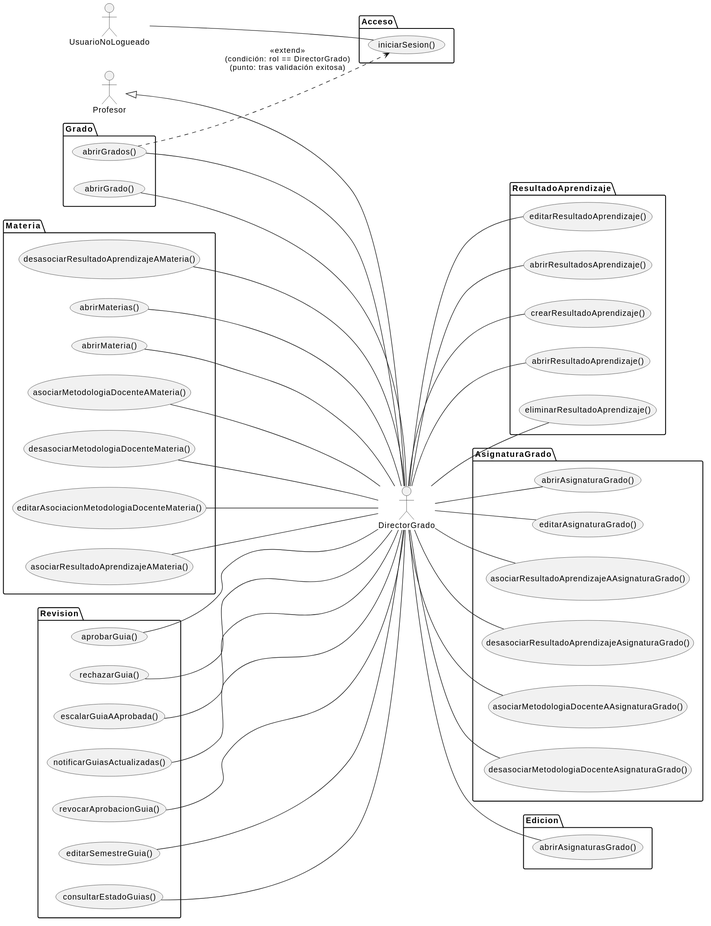
Above: images/RUP/01-requisitos/01-actores-casos-uso/actoresCasosUsoDirectorGrado.svg in mmasias/pyCeldaPublico (PlantUML), before the change.
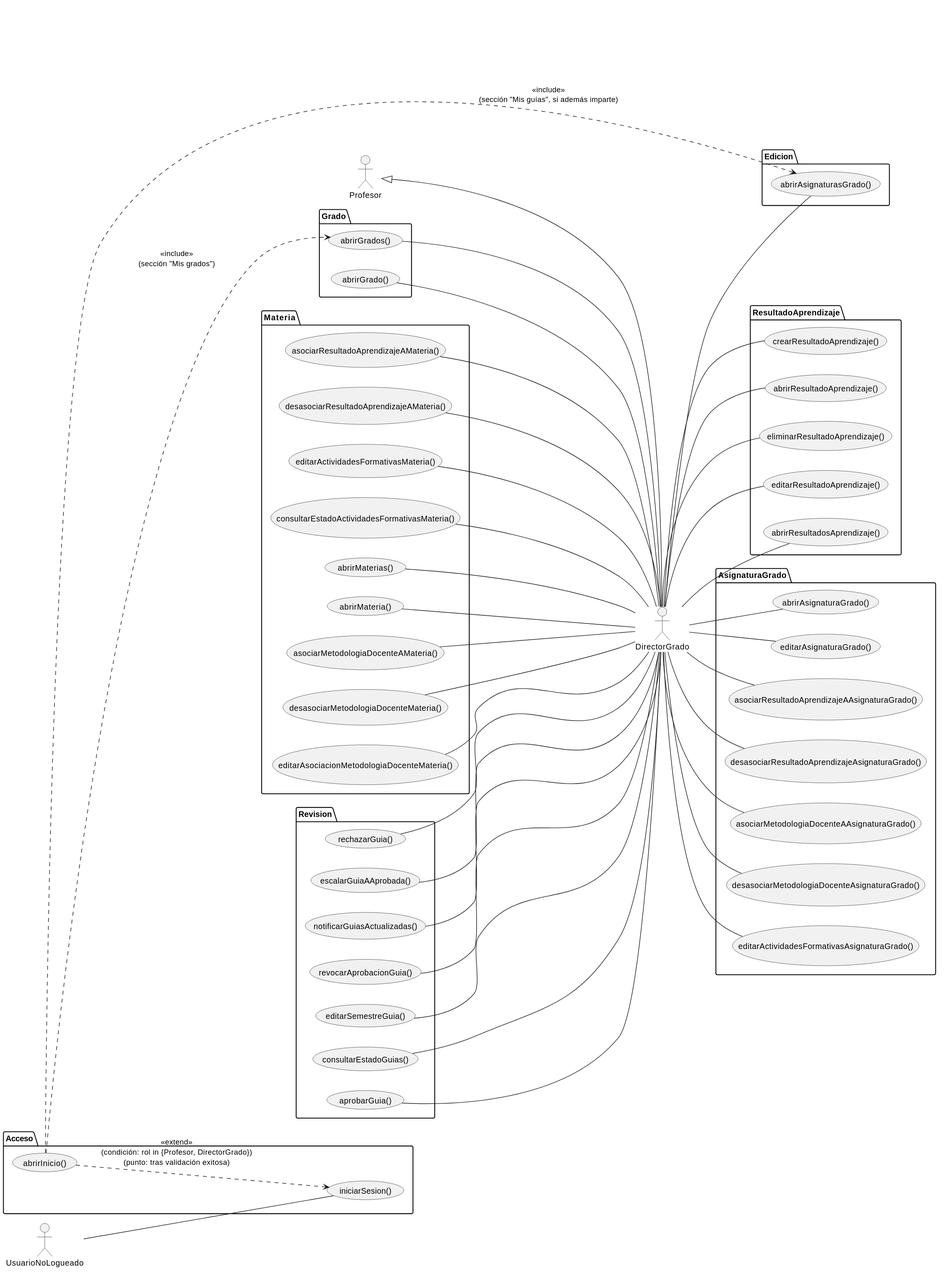
Later version of the same file.

What changed in the source:
```diff
@@ -10,6 +10,7 @@
 actor UsuarioNoLogueado
 package Acceso {
   usecase iniciarSesion as "iniciarSesion()"
+  usecase abrirInicio as "abrirInicio()"
 }
 
 package Grado {
@@ -18,7 +19,8 @@
 }
 
 UsuarioNoLogueado -- iniciarSesion
-abrirGrados ..> iniciarSesion : <<extend>>\n(condición: rol == DirectorGrado)\n(punto: tras validación exitosa)
+abrirInicio ..> iniciarSesion : <<extend>>\n(condición: rol in {Profesor, DirectorGrado})\n(punto: tras validación exitosa)
+abrirInicio ..> abrirGrados : <<include>>\n(sección "Mis grados")
 
 package Materia {
   usecase abrirMaterias as "abrirMaterias()"
@@ -28,6 +30,8 @@
   usecase editarAsociacionMetodologiaDocenteMateria as "editarAsociacionMetodologiaDocenteMateria()"
   usecase asociarResultadoAprendizajeAMateria as "asociarResultadoAprendizajeAMateria()"
   usecase desasociarResultadoAprendizajeAMateria as "desasociarResultadoAprendizajeAMateria()"
+  usecase editarActividadesFormativasMateria as "editarActividadesFormativasMateria()"
+  usecase consultarEstadoActividadesFormativasMateria as "consultarEstadoActividadesFormativasMateria()"
 }
 
 package ResultadoAprendizaje {
@@ -45,6 +49,7 @@
   usecase desasociarResultadoAprendizajeAsignaturaGrado as "desasociarResultadoAprendizajeAsignaturaGrado()"
   usecase asociarMetodologiaDocenteAAsignaturaGrado as "asociarMetodologiaDocenteAAsignaturaGrado()"
   usecase desasociarMetodologiaDocenteAsignaturaGrado as "desasociarMetodologiaDocenteAsignaturaGrado()"
+  usecase editarActividadesFormativasAsignaturaGrado as "editarActividadesFormativasAsignaturaGrado()"
 }
 
 package Edicion {
@@ -73,6 +78,8 @@
 editarAsociacionMetodologiaDocenteMateria -- DirectorGrado
 asociarResultadoAprendizajeAMateria -- DirectorGrado
 desasociarResultadoAprendizajeAMateria -- DirectorGrado
+editarActividadesFormativasMateria -- DirectorGrado
+consultarEstadoActividadesFormativasMateria -- DirectorGrado
 
 DirectorGrado -- abrirResultadosAprendizaje
 DirectorGrado -- crearResultadoAprendizaje
@@ -85,6 +92,7 @@
 DirectorGrado -- desasociarResultadoAprendizajeAsignaturaGrado
 DirectorGrado -- asociarMetodologiaDocenteAAsignaturaGrado
 DirectorGrado -- desasociarMetodologiaDocenteAsignaturaGrado
+DirectorGrado -- editarActividadesFormativasAsignaturaGrado
 DirectorGrado -- abrirAsignaturaGrado
 
 consultarEstadoGuias -- DirectorGrado
@@ -94,4 +102,6 @@
 notificarGuiasActualizadas -- DirectorGrado
 revocarAprobacionGuia -- DirectorGrado
 editarSemestreGuia -- DirectorGrado
+
+abrirInicio ..> abrirAsignaturasGrado : <<include>>\n(sección "Mis guías", si además imparte)
 @enduml
```
